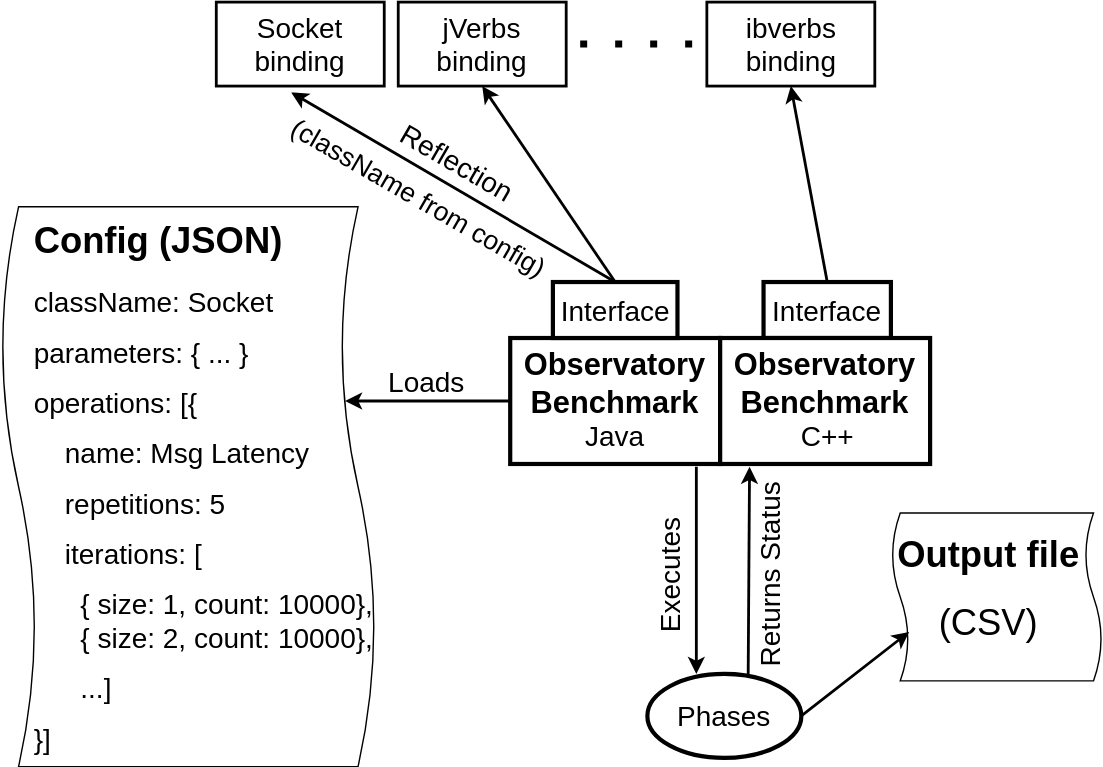
Above: res/architecture.svg in hhu-bsinfo/observatory (draw.io), before the change. Source tidied: cells renumbered, new cells last; positions are measured from the earlier drawing's top-left corner, leaving out a move shared by most shapes. The source it was exported from:
```xml
<mxGraphModel>
  <root>
    <mxCell id="0" />
    <mxCell id="1" parent="0" />
    <mxCell id="2" style="endArrow=classic;html=1;exitX=0.682;exitY=0.017;exitDx=0;exitDy=0;exitPerimeter=0;fontSize=20;strokeWidth=2;" parent="1" edge="1">
      <mxGeometry relative="1" as="geometry">
        <mxPoint x="600" y="481" as="sourcePoint" />
        <mxPoint x="601" y="332" as="targetPoint" />
      </mxGeometry>
    </mxCell>
    <mxCell id="3" value="&lt;div style=&quot;font-size: 22px&quot;&gt;&lt;b&gt;&lt;font style=&quot;font-size: 22px&quot;&gt;Observatory&lt;/font&gt;&lt;/b&gt;&lt;/div&gt;&lt;div style=&quot;font-size: 22px&quot;&gt;&lt;b&gt;&lt;font style=&quot;font-size: 22px&quot;&gt;Benchmark&lt;/font&gt;&lt;/b&gt;&lt;/div&gt;" style="rounded=0;whiteSpace=wrap;html=1;strokeWidth=3;spacingBottom=25;fontSize=20;" parent="1" vertex="1">
      <mxGeometry x="430" y="240" width="150" height="90" as="geometry" />
    </mxCell>
    <mxCell id="4" value="&lt;div style=&quot;font-size: 20px;&quot;&gt;Java&lt;/div&gt;" style="text;html=1;strokeColor=none;fillColor=none;align=center;verticalAlign=middle;whiteSpace=wrap;rounded=0;fontSize=20;" parent="1" vertex="1">
      <mxGeometry x="485" y="300" width="40" height="20" as="geometry" />
    </mxCell>
    <mxCell id="5" value="&lt;font style=&quot;font-size: 20px;&quot;&gt;Interface&lt;/font&gt;" style="rounded=0;whiteSpace=wrap;html=1;strokeWidth=3;fontSize=20;" parent="1" vertex="1">
      <mxGeometry x="460.5" y="200" width="89" height="40" as="geometry" />
    </mxCell>
    <mxCell id="6" value="&lt;font style=&quot;font-size: 20px;&quot;&gt;Interface&lt;/font&gt;" style="rounded=0;whiteSpace=wrap;html=1;strokeWidth=3;fontSize=20;" parent="1" vertex="1">
      <mxGeometry x="611" y="200" width="91" height="40" as="geometry" />
    </mxCell>
    <mxCell id="7" value="&lt;div style=&quot;font-size: 20px&quot;&gt;&lt;font style=&quot;font-size: 20px&quot;&gt;Socket&lt;/font&gt;&lt;/div&gt;&lt;div style=&quot;font-size: 20px&quot;&gt;&lt;font style=&quot;font-size: 20px&quot;&gt;binding&lt;/font&gt;&lt;/div&gt;" style="rounded=0;whiteSpace=wrap;html=1;strokeWidth=2;fontSize=20;" parent="1" vertex="1">
      <mxGeometry x="220" width="120" height="60" as="geometry" />
    </mxCell>
    <mxCell id="8" value="&lt;div style=&quot;font-size: 20px&quot;&gt;&lt;font style=&quot;font-size: 20px&quot;&gt;jVerbs&lt;/font&gt;&lt;/div&gt;&lt;div style=&quot;font-size: 20px&quot;&gt;&lt;font style=&quot;font-size: 20px&quot;&gt;binding&lt;/font&gt;&lt;/div&gt;" style="rounded=0;whiteSpace=wrap;html=1;strokeWidth=2;fontSize=20;" parent="1" vertex="1">
      <mxGeometry x="350" width="120" height="60" as="geometry" />
    </mxCell>
    <mxCell id="9" value="&lt;div style=&quot;font-size: 20px&quot;&gt;&lt;font style=&quot;font-size: 20px&quot;&gt;ibverbs&lt;/font&gt;&lt;/div&gt;&lt;div style=&quot;font-size: 20px&quot;&gt;&lt;font style=&quot;font-size: 20px&quot;&gt;binding&lt;/font&gt;&lt;/div&gt;" style="rounded=0;whiteSpace=wrap;html=1;strokeWidth=2;fontSize=20;" parent="1" vertex="1">
      <mxGeometry x="570.5" width="120" height="60" as="geometry" />
    </mxCell>
    <mxCell id="10" style="endArrow=classic;html=1;exitX=0.5;exitY=0;exitDx=0;exitDy=0;entryX=0.446;entryY=1.075;entryDx=0;entryDy=0;entryPerimeter=0;fontSize=20;strokeWidth=2;" parent="1" edge="1" source="5" target="7">
      <mxGeometry relative="1" as="geometry" />
    </mxCell>
    <mxCell id="11" value="Reflection" style="text;html=1;align=center;verticalAlign=middle;labelBackgroundColor=#ffffff;fontSize=20;rotation=30;" parent="10" vertex="1">
      <mxGeometry x="0.26" y="-1" relative="1" as="geometry">
        <mxPoint x="31.8" as="offset" />
      </mxGeometry>
    </mxCell>
    <mxCell id="12" style="endArrow=classic;html=1;exitX=0.5;exitY=0;exitDx=0;exitDy=0;entryX=0.5;entryY=1;entryDx=0;entryDy=0;fontSize=20;strokeWidth=2;" parent="1" edge="1" source="5" target="8">
      <mxGeometry relative="1" as="geometry" />
    </mxCell>
    <mxCell id="13" style="endArrow=classic;html=1;exitX=0.5;exitY=0;exitDx=0;exitDy=0;entryX=0.5;entryY=1;entryDx=0;entryDy=0;fontSize=20;strokeWidth=2;" parent="1" edge="1" source="6" target="9">
      <mxGeometry relative="1" as="geometry" />
    </mxCell>
    <mxCell id="14" value="&lt;font style=&quot;font-size: 20px;&quot;&gt;Phases&lt;/font&gt;" style="ellipse;whiteSpace=wrap;html=1;strokeWidth=3;fontSize=20;" parent="1" vertex="1">
      <mxGeometry x="528" y="480" width="110" height="60" as="geometry" />
    </mxCell>
    <mxCell id="15" style="endArrow=classic;html=1;entryX=0.318;entryY=-0.033;entryDx=0;entryDy=0;entryPerimeter=0;fontSize=20;strokeWidth=2;" parent="1" edge="1">
      <mxGeometry relative="1" as="geometry">
        <mxPoint x="563" y="332" as="sourcePoint" />
        <mxPoint x="563" y="480" as="targetPoint" />
      </mxGeometry>
    </mxCell>
    <mxCell id="16" value="&lt;div style=&quot;font-size: 20px;&quot;&gt;Executes&lt;/div&gt;" style="text;html=1;align=center;verticalAlign=middle;labelBackgroundColor=#ffffff;rotation=-90;fontSize=20;" parent="15" vertex="1">
      <mxGeometry x="-0.36" y="1" relative="1" as="geometry">
        <mxPoint x="-21" y="32" as="offset" />
      </mxGeometry>
    </mxCell>
    <mxCell id="17" value="Returns Status" style="text;html=1;align=center;verticalAlign=middle;fontSize=20;rotation=-90;" parent="1" vertex="1">
      <mxGeometry x="540.5" y="395" width="150" height="30" as="geometry" />
    </mxCell>
    <mxCell id="18" style="endArrow=none;dashed=1;html=1;dashPattern=1 4;strokeWidth=5;" parent="1" edge="1">
      <mxGeometry relative="1" as="geometry">
        <mxPoint x="480" y="30" as="sourcePoint" />
        <mxPoint x="560" y="30" as="targetPoint" />
      </mxGeometry>
    </mxCell>
    <mxCell id="19" style="shape=tape;whiteSpace=wrap;html=1;rotation=90;size=0.09333333333333334;" parent="1" vertex="1">
      <mxGeometry y="212.5" width="400" height="267.5" as="geometry" />
    </mxCell>
    <mxCell id="20" value="&lt;p style=&quot;line-height: 0%&quot;&gt;&lt;/p&gt;&lt;h1&gt;&lt;font style=&quot;font-size: 26px&quot;&gt;Config (JSON)&lt;/font&gt;&lt;br&gt;&lt;/h1&gt;&lt;p&gt;&lt;font style=&quot;font-size: 20px&quot;&gt;className: Socket&lt;/font&gt;&lt;/p&gt;&lt;p&gt;&lt;font style=&quot;font-size: 20px&quot;&gt;parameters: { ... }&lt;/font&gt;&lt;/p&gt;&lt;p&gt;&lt;font style=&quot;font-size: 20px&quot;&gt;operations: [{&lt;br&gt;&lt;/font&gt;&lt;/p&gt;&lt;p&gt;&lt;font style=&quot;font-size: 20px&quot;&gt;&amp;nbsp; &amp;nbsp; name: Msg Latency&lt;/font&gt;&lt;/p&gt;&lt;p&gt;&lt;font style=&quot;font-size: 20px&quot;&gt;&amp;nbsp;&amp;nbsp;&amp;nbsp; repetitions: 5&lt;/font&gt;&lt;/p&gt;&lt;p&gt;&lt;font style=&quot;font-size: 20px&quot;&gt;&amp;nbsp; &amp;nbsp; iterations: [&lt;/font&gt;&lt;/p&gt;&lt;p&gt;&lt;font style=&quot;font-size: 20px&quot;&gt;&amp;nbsp;&amp;nbsp;&amp;nbsp;&amp;nbsp;&amp;nbsp; { size: 1, count: 10000},&lt;/font&gt;&lt;br&gt;&lt;font style=&quot;font-size: 20px&quot;&gt;&lt;font style=&quot;font-size: 20px&quot;&gt;&amp;nbsp;&amp;nbsp;&amp;nbsp;&amp;nbsp;&amp;nbsp; { size: 2, count: 10000},&lt;/font&gt;&lt;/font&gt;&lt;/p&gt;&lt;p&gt;&lt;font style=&quot;font-size: 20px&quot;&gt;&amp;nbsp;&amp;nbsp;&amp;nbsp;&amp;nbsp;&amp;nbsp; ...]&lt;/font&gt;&lt;/p&gt;&lt;p&gt;&lt;font style=&quot;font-size: 20px&quot;&gt;}]&lt;br&gt;&lt;/font&gt;&lt;/p&gt;&lt;p&gt;&lt;font style=&quot;font-size: 20px&quot;&gt;&lt;br&gt;&lt;/font&gt;&lt;/p&gt;&lt;p&gt;&lt;/p&gt;" style="text;html=1;strokeColor=none;fillColor=none;spacing=5;spacingTop=-20;whiteSpace=wrap;overflow=hidden;rounded=0;" parent="1" vertex="1">
      <mxGeometry x="85" y="150" width="260" height="390" as="geometry" />
    </mxCell>
    <mxCell id="21" style="endArrow=classic;html=1;strokeWidth=2;exitX=0;exitY=0.5;exitDx=0;exitDy=0;" parent="1" edge="1" source="3">
      <mxGeometry relative="1" as="geometry">
        <mxPoint x="312" y="285" as="targetPoint" />
        <Array as="points">
          <mxPoint x="320" y="285" />
        </Array>
      </mxGeometry>
    </mxCell>
    <mxCell id="22" value="&lt;div style=&quot;font-size: 20px;&quot;&gt;Loads&lt;/div&gt;" style="text;html=1;align=center;verticalAlign=middle;labelBackgroundColor=#ffffff;fontSize=20;" parent="21" vertex="1">
      <mxGeometry x="0.32" relative="1" as="geometry">
        <mxPoint x="17.6" y="-15" as="offset" />
      </mxGeometry>
    </mxCell>
    <mxCell id="23" value="&lt;font style=&quot;font-size: 19px&quot;&gt;(&lt;/font&gt;&lt;font style=&quot;font-size: 19px&quot;&gt;className from config)&lt;/font&gt;" style="text;html=1;strokeColor=none;fillColor=none;align=center;verticalAlign=middle;whiteSpace=wrap;rounded=0;fontSize=20;rotation=30;" parent="1" vertex="1">
      <mxGeometry x="260" y="130" width="210" height="20" as="geometry" />
    </mxCell>
    <mxCell id="24" style="shape=tape;whiteSpace=wrap;html=1;rotation=90;size=0.07945205479452055;" parent="1" vertex="1">
      <mxGeometry x="717.7" y="350" width="120" height="150" as="geometry" />
    </mxCell>
    <mxCell id="25" value="&lt;h1 style=&quot;font-size: 26px&quot;&gt;Output file&lt;/h1&gt;&lt;h1 style=&quot;font-size: 26px&quot; align=&quot;center&quot;&gt;&lt;span style=&quot;font-weight: normal&quot;&gt;(CSV)&lt;/span&gt;&lt;br&gt;&lt;/h1&gt;" style="text;html=1;strokeColor=none;fillColor=none;spacing=5;spacingTop=-20;whiteSpace=wrap;overflow=hidden;rounded=0;fontSize=20;" parent="1" vertex="1">
      <mxGeometry x="702" y="373.4" width="141" height="95" as="geometry" />
    </mxCell>
    <mxCell id="26" style="endArrow=classic;html=1;strokeWidth=2;fontSize=20;exitX=1;exitY=0.5;exitDx=0;exitDy=0;" parent="1" edge="1" source="14">
      <mxGeometry relative="1" as="geometry">
        <mxPoint x="715" y="450" as="targetPoint" />
      </mxGeometry>
    </mxCell>
    <mxCell id="27" value="&lt;div&gt;&lt;b&gt;&lt;font style=&quot;font-size: 22px&quot;&gt;Observatory&lt;/font&gt;&lt;/b&gt;&lt;/div&gt;&lt;div&gt;&lt;b&gt;&lt;font style=&quot;font-size: 22px&quot;&gt;Benchmark&lt;/font&gt;&lt;/b&gt;&lt;/div&gt;" style="rounded=0;whiteSpace=wrap;html=1;strokeWidth=3;spacingBottom=25;fontSize=20;" parent="1" vertex="1">
      <mxGeometry x="580" y="240" width="150" height="90" as="geometry" />
    </mxCell>
    <mxCell id="28" value="&lt;div style=&quot;font-size: 20px&quot;&gt;C++&lt;/div&gt;" style="text;html=1;strokeColor=none;fillColor=none;align=center;verticalAlign=middle;whiteSpace=wrap;rounded=0;fontSize=20;" parent="1" vertex="1">
      <mxGeometry x="636.5" y="300" width="40" height="20" as="geometry" />
    </mxCell>
  </root>
</mxGraphModel>
```
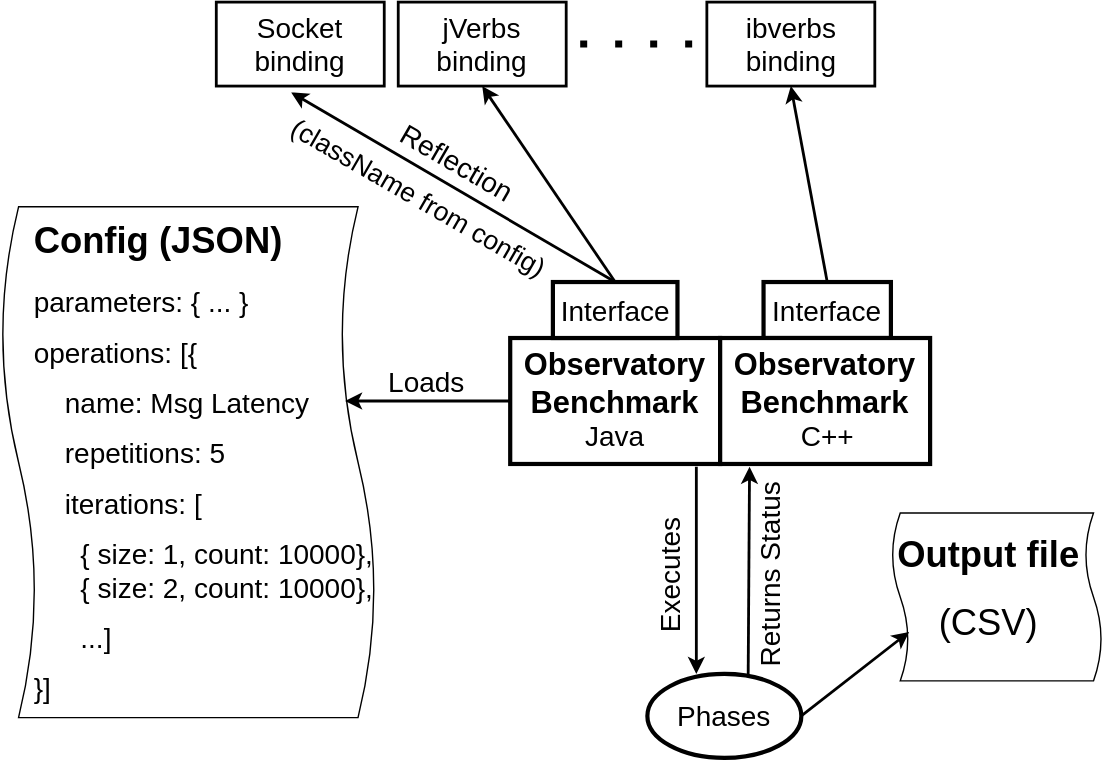
After the commit.

What changed in the source:
```diff
@@ -67,9 +67,9 @@
       </mxGeometry>
     </mxCell>
     <mxCell id="19" style="shape=tape;whiteSpace=wrap;html=1;rotation=90;size=0.09333333333333334;" parent="1" vertex="1">
-      <mxGeometry y="212.5" width="400" height="267.5" as="geometry" />
+      <mxGeometry x="17.5" y="195" width="365" height="267.5" as="geometry" />
     </mxCell>
-    <mxCell id="20" value="&lt;p style=&quot;line-height: 0%&quot;&gt;&lt;/p&gt;&lt;h1&gt;&lt;font style=&quot;font-size: 26px&quot;&gt;Config (JSON)&lt;/font&gt;&lt;br&gt;&lt;/h1&gt;&lt;p&gt;&lt;font style=&quot;font-size: 20px&quot;&gt;className: Socket&lt;/font&gt;&lt;/p&gt;&lt;p&gt;&lt;font style=&quot;font-size: 20px&quot;&gt;parameters: { ... }&lt;/font&gt;&lt;/p&gt;&lt;p&gt;&lt;font style=&quot;font-size: 20px&quot;&gt;operations: [{&lt;br&gt;&lt;/font&gt;&lt;/p&gt;&lt;p&gt;&lt;font style=&quot;font-size: 20px&quot;&gt;&amp;nbsp; &amp;nbsp; name: Msg Latency&lt;/font&gt;&lt;/p&gt;&lt;p&gt;&lt;font style=&quot;font-size: 20px&quot;&gt;&amp;nbsp;&amp;nbsp;&amp;nbsp; repetitions: 5&lt;/font&gt;&lt;/p&gt;&lt;p&gt;&lt;font style=&quot;font-size: 20px&quot;&gt;&amp;nbsp; &amp;nbsp; iterations: [&lt;/font&gt;&lt;/p&gt;&lt;p&gt;&lt;font style=&quot;font-size: 20px&quot;&gt;&amp;nbsp;&amp;nbsp;&amp;nbsp;&amp;nbsp;&amp;nbsp; { size: 1, count: 10000},&lt;/font&gt;&lt;br&gt;&lt;font style=&quot;font-size: 20px&quot;&gt;&lt;font style=&quot;font-size: 20px&quot;&gt;&amp;nbsp;&amp;nbsp;&amp;nbsp;&amp;nbsp;&amp;nbsp; { size: 2, count: 10000},&lt;/font&gt;&lt;/font&gt;&lt;/p&gt;&lt;p&gt;&lt;font style=&quot;font-size: 20px&quot;&gt;&amp;nbsp;&amp;nbsp;&amp;nbsp;&amp;nbsp;&amp;nbsp; ...]&lt;/font&gt;&lt;/p&gt;&lt;p&gt;&lt;font style=&quot;font-size: 20px&quot;&gt;}]&lt;br&gt;&lt;/font&gt;&lt;/p&gt;&lt;p&gt;&lt;font style=&quot;font-size: 20px&quot;&gt;&lt;br&gt;&lt;/font&gt;&lt;/p&gt;&lt;p&gt;&lt;/p&gt;" style="text;html=1;strokeColor=none;fillColor=none;spacing=5;spacingTop=-20;whiteSpace=wrap;overflow=hidden;rounded=0;" parent="1" vertex="1">
+    <mxCell id="20" value="&lt;p style=&quot;line-height: 0%&quot;&gt;&lt;/p&gt;&lt;h1&gt;&lt;font style=&quot;font-size: 26px&quot;&gt;Config (JSON)&lt;/font&gt;&lt;br&gt;&lt;/h1&gt;&lt;p&gt;&lt;font style=&quot;font-size: 20px&quot;&gt;parameters: { ... }&lt;/font&gt;&lt;/p&gt;&lt;p&gt;&lt;font style=&quot;font-size: 20px&quot;&gt;operations: [{&lt;br&gt;&lt;/font&gt;&lt;/p&gt;&lt;p&gt;&lt;font style=&quot;font-size: 20px&quot;&gt;&amp;nbsp; &amp;nbsp; name: Msg Latency&lt;/font&gt;&lt;/p&gt;&lt;p&gt;&lt;font style=&quot;font-size: 20px&quot;&gt;&amp;nbsp;&amp;nbsp;&amp;nbsp; repetitions: 5&lt;/font&gt;&lt;/p&gt;&lt;p&gt;&lt;font style=&quot;font-size: 20px&quot;&gt;&amp;nbsp; &amp;nbsp; iterations: [&lt;/font&gt;&lt;/p&gt;&lt;p&gt;&lt;font style=&quot;font-size: 20px&quot;&gt;&amp;nbsp;&amp;nbsp;&amp;nbsp;&amp;nbsp;&amp;nbsp; { size: 1, count: 10000},&lt;/font&gt;&lt;br&gt;&lt;font style=&quot;font-size: 20px&quot;&gt;&lt;font style=&quot;font-size: 20px&quot;&gt;&amp;nbsp;&amp;nbsp;&amp;nbsp;&amp;nbsp;&amp;nbsp; { size: 2, count: 10000},&lt;/font&gt;&lt;/font&gt;&lt;/p&gt;&lt;p&gt;&lt;font style=&quot;font-size: 20px&quot;&gt;&amp;nbsp;&amp;nbsp;&amp;nbsp;&amp;nbsp;&amp;nbsp; ...]&lt;/font&gt;&lt;/p&gt;&lt;p&gt;&lt;font style=&quot;font-size: 20px&quot;&gt;}]&lt;br&gt;&lt;/font&gt;&lt;/p&gt;&lt;p&gt;&lt;font style=&quot;font-size: 20px&quot;&gt;&lt;br&gt;&lt;/font&gt;&lt;/p&gt;&lt;p&gt;&lt;/p&gt;" style="text;html=1;strokeColor=none;fillColor=none;spacing=5;spacingTop=-20;whiteSpace=wrap;overflow=hidden;rounded=0;" parent="1" vertex="1">
       <mxGeometry x="85" y="150" width="260" height="390" as="geometry" />
     </mxCell>
     <mxCell id="21" style="endArrow=classic;html=1;strokeWidth=2;exitX=0;exitY=0.5;exitDx=0;exitDy=0;" parent="1" edge="1" source="3">
```
